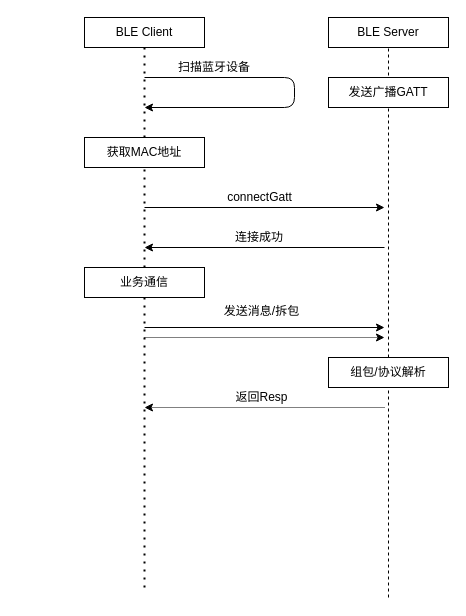
Earlier version of the draw.io diagram Untitled Diagram.drawio (menghupo/menghupo.github.io). Source tidied: cells renumbered, new cells numbered last; positions are measured from the earlier drawing's top-left corner, leaving out a move shared by most shapes. Both pictures are drawn from the tidied source at 100%, with x=0, y=0 at pixel (84, 17).
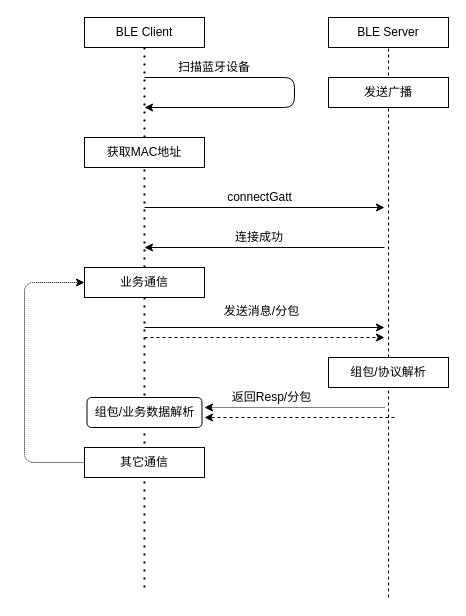
Above is the later version.

Unchanged cells that the change refers to:
```xml
<mxCell id="15" value="业务通信" style="rounded=0;whiteSpace=wrap;html=1;" parent="1" vertex="1">
  <mxGeometry y="250" width="120" height="30" as="geometry" />
</mxCell>
```

Change to the diagram source:
```diff
@@
-    <mxCell id="11" value="发送广播GATT" style="rounded=0;whiteSpace=wrap;html=1;" parent="1" vertex="1">
+    <mxCell id="11" value="发送广播" style="rounded=0;whiteSpace=wrap;html=1;" parent="1" vertex="1">
       <mxGeometry x="244" y="60" width="120" height="30" as="geometry" />
     </mxCell>
@@
-    <mxCell id="17" style="endArrow=classic;html=1;dashed=1;dashPattern=1 1;" parent="1" edge="1">
+    <mxCell id="17" style="endArrow=classic;html=1;dashed=1;strokeWidth=1;" parent="1" edge="1">
       <mxGeometry relative="1" as="geometry">
         <mxPoint x="60" y="320" as="sourcePoint" />
         <mxPoint x="300" y="320" as="targetPoint" />
       </mxGeometry>
     </mxCell>
-    <mxCell id="18" value="发送消息/拆包" style="text;html=1;strokeColor=none;fillColor=none;align=center;verticalAlign=middle;whiteSpace=wrap;rounded=0;" parent="1" vertex="1">
+    <mxCell id="18" value="发送消息/分包" style="text;html=1;strokeColor=none;fillColor=none;align=center;verticalAlign=middle;whiteSpace=wrap;rounded=0;" parent="1" vertex="1">
       <mxGeometry x="135" y="284" width="85" height="20" as="geometry" />
     </mxCell>
@@
     <mxCell id="20" style="endArrow=classic;html=1;dashed=1;dashPattern=1 1;" parent="1" edge="1">
       <mxGeometry relative="1" as="geometry">
         <mxPoint x="300" y="390" as="sourcePoint" />
-        <mxPoint x="60" y="390" as="targetPoint" />
+        <mxPoint x="120" y="390" as="targetPoint" />
       </mxGeometry>
     </mxCell>
-    <mxCell id="21" value="返回Resp" style="text;html=1;strokeColor=none;fillColor=none;align=center;verticalAlign=middle;whiteSpace=wrap;rounded=0;" parent="1" vertex="1">
-      <mxGeometry x="130" y="370" width="95" height="20" as="geometry" />
+    <mxCell id="21" value="返回Resp/分包" style="text;html=1;strokeColor=none;fillColor=none;align=center;verticalAlign=middle;whiteSpace=wrap;rounded=0;" parent="1" vertex="1">
+      <mxGeometry x="140" y="370" width="95" height="20" as="geometry" />
     </mxCell>
+    <mxCell id="22" style="endArrow=classic;html=1;dashed=1;dashPattern=1 1;entryX=0;entryY=0.5;entryDx=0;entryDy=0;exitX=0;exitY=0.5;exitDx=0;exitDy=0;" parent="1" edge="1" source="24" target="15">
+      <mxGeometry relative="1" as="geometry">
+        <Array as="points">
+          <mxPoint x="-60" y="445" />
+          <mxPoint x="-60" y="265" />
+        </Array>
+      </mxGeometry>
+    </mxCell>
+    <mxCell id="23" value="组包/业务数据解析" style="rounded=1;whiteSpace=wrap;html=1;" parent="1" vertex="1">
+      <mxGeometry x="2.5" y="380" width="115" height="30" as="geometry" />
+    </mxCell>
+    <mxCell id="24" value="其它通信" style="rounded=0;whiteSpace=wrap;html=1;" parent="1" vertex="1">
+      <mxGeometry y="430" width="120" height="30" as="geometry" />
+    </mxCell>
+    <mxCell id="25" style="endArrow=classic;html=1;dashed=1;" parent="1" edge="1">
+      <mxGeometry relative="1" as="geometry">
+        <mxPoint x="310" y="400" as="sourcePoint" />
+        <mxPoint x="120" y="400" as="targetPoint" />
+      </mxGeometry>
+    </mxCell>
```
